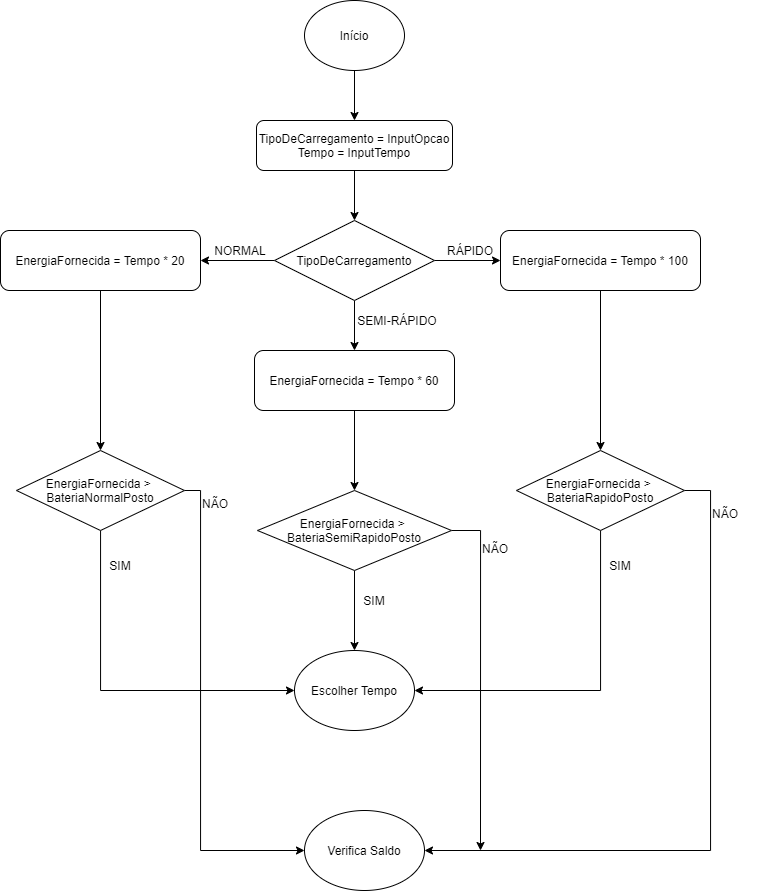
Earlier version of the draw.io export TempoDescarregaPosto.png (ProgRub/Proj2AC). Source tidied: cells renumbered, new cells last; positions are measured from the earlier drawing's top-left corner, leaving out a move shared by most shapes. Source of this version:
```xml
<mxGraphModel>
  <root>
    <mxCell id="0" />
    <mxCell id="1" parent="0" />
    <mxCell id="2" style="edgeStyle=orthogonalEdgeStyle;rounded=0;jettySize=auto;html=1;entryX=0.5;entryY=0;entryDx=0;entryDy=0;" parent="1" edge="1" source="3" target="5">
      <mxGeometry relative="1" as="geometry" />
    </mxCell>
    <mxCell id="3" value="Início" style="ellipse;whiteSpace=wrap;html=1;" parent="1" vertex="1">
      <mxGeometry x="304" width="100" height="70" as="geometry" />
    </mxCell>
    <mxCell id="4" style="edgeStyle=orthogonalEdgeStyle;rounded=0;jettySize=auto;html=1;entryX=0.5;entryY=0;entryDx=0;entryDy=0;" parent="1" edge="1" source="5" target="9">
      <mxGeometry relative="1" as="geometry" />
    </mxCell>
    <mxCell id="5" value="TipoDeCarregamento = InputOpcao&lt;br&gt;Tempo = InputTempo" style="rounded=1;whiteSpace=wrap;html=1;" parent="1" vertex="1">
      <mxGeometry x="256" y="120" width="196" height="50" as="geometry" />
    </mxCell>
    <mxCell id="6" style="edgeStyle=orthogonalEdgeStyle;rounded=0;jettySize=auto;html=1;entryX=0.5;entryY=0;entryDx=0;entryDy=0;" parent="1" edge="1" source="9" target="15">
      <mxGeometry relative="1" as="geometry" />
    </mxCell>
    <mxCell id="7" style="edgeStyle=orthogonalEdgeStyle;rounded=0;jettySize=auto;html=1;entryX=0;entryY=0.5;entryDx=0;entryDy=0;" parent="1" edge="1" source="9" target="13">
      <mxGeometry relative="1" as="geometry" />
    </mxCell>
    <mxCell id="8" style="edgeStyle=orthogonalEdgeStyle;rounded=0;jettySize=auto;html=1;entryX=1;entryY=0.5;entryDx=0;entryDy=0;" parent="1" edge="1" source="9" target="11">
      <mxGeometry relative="1" as="geometry" />
    </mxCell>
    <mxCell id="9" value="TipoDeCarregamento" style="rhombus;whiteSpace=wrap;html=1;" parent="1" vertex="1">
      <mxGeometry x="274" y="220" width="160" height="80" as="geometry" />
    </mxCell>
    <mxCell id="10" style="edgeStyle=orthogonalEdgeStyle;rounded=0;jettySize=auto;html=1;entryX=0.5;entryY=0;entryDx=0;entryDy=0;" parent="1" edge="1" source="11" target="21">
      <mxGeometry relative="1" as="geometry" />
    </mxCell>
    <mxCell id="11" value="EnergiaFornecida = Tempo * 20" style="rounded=1;whiteSpace=wrap;html=1;" parent="1" vertex="1">
      <mxGeometry y="230" width="200" height="60" as="geometry" />
    </mxCell>
    <mxCell id="12" style="edgeStyle=orthogonalEdgeStyle;rounded=0;jettySize=auto;html=1;entryX=0.5;entryY=0;entryDx=0;entryDy=0;" parent="1" edge="1" source="13" target="27">
      <mxGeometry relative="1" as="geometry" />
    </mxCell>
    <mxCell id="13" value="EnergiaFornecida = Tempo * 100" style="rounded=1;whiteSpace=wrap;html=1;" parent="1" vertex="1">
      <mxGeometry x="500" y="230" width="200" height="60" as="geometry" />
    </mxCell>
    <mxCell id="14" style="edgeStyle=orthogonalEdgeStyle;rounded=0;jettySize=auto;html=1;entryX=0.5;entryY=0;entryDx=0;entryDy=0;" parent="1" edge="1" source="15" target="24">
      <mxGeometry relative="1" as="geometry" />
    </mxCell>
    <mxCell id="15" value="EnergiaFornecida = Tempo * 60" style="rounded=1;whiteSpace=wrap;html=1;" parent="1" vertex="1">
      <mxGeometry x="254" y="350" width="200" height="60" as="geometry" />
    </mxCell>
    <mxCell id="16" value="NORMAL" style="text;html=1;strokeColor=none;fillColor=none;align=center;verticalAlign=middle;whiteSpace=wrap;rounded=0;" parent="1" vertex="1">
      <mxGeometry x="220" y="240" width="40" height="20" as="geometry" />
    </mxCell>
    <mxCell id="17" value="SEMI-RÁPIDO" style="text;html=1;strokeColor=none;fillColor=none;align=center;verticalAlign=middle;whiteSpace=wrap;rounded=0;" parent="1" vertex="1">
      <mxGeometry x="354" y="310" width="86" height="20" as="geometry" />
    </mxCell>
    <mxCell id="18" value="RÁPIDO" style="text;html=1;strokeColor=none;fillColor=none;align=center;verticalAlign=middle;whiteSpace=wrap;rounded=0;" parent="1" vertex="1">
      <mxGeometry x="450" y="240" width="40" height="20" as="geometry" />
    </mxCell>
    <mxCell id="19" style="edgeStyle=orthogonalEdgeStyle;rounded=0;jettySize=auto;html=1;entryX=0;entryY=0.5;entryDx=0;entryDy=0;" parent="1" edge="1" source="21" target="30">
      <mxGeometry relative="1" as="geometry">
        <Array as="points">
          <mxPoint x="100" y="690" />
        </Array>
      </mxGeometry>
    </mxCell>
    <mxCell id="20" style="edgeStyle=orthogonalEdgeStyle;rounded=0;jettySize=auto;html=1;entryX=0;entryY=0.5;entryDx=0;entryDy=0;" parent="1" edge="1" source="21" target="33">
      <mxGeometry relative="1" as="geometry">
        <Array as="points">
          <mxPoint x="200" y="490" />
          <mxPoint x="200" y="850" />
        </Array>
      </mxGeometry>
    </mxCell>
    <mxCell id="21" value="EnergiaFornecida &amp;gt; &lt;br&gt;BateriaNormalPosto" style="rhombus;whiteSpace=wrap;html=1;" parent="1" vertex="1">
      <mxGeometry x="16" y="450" width="168" height="80" as="geometry" />
    </mxCell>
    <mxCell id="22" style="edgeStyle=orthogonalEdgeStyle;rounded=0;jettySize=auto;html=1;entryX=0.5;entryY=0;entryDx=0;entryDy=0;" parent="1" edge="1" source="24" target="30">
      <mxGeometry relative="1" as="geometry" />
    </mxCell>
    <mxCell id="23" style="edgeStyle=orthogonalEdgeStyle;rounded=0;jettySize=auto;html=1;" parent="1" edge="1" source="24">
      <mxGeometry relative="1" as="geometry">
        <mxPoint x="480" y="850" as="targetPoint" />
      </mxGeometry>
    </mxCell>
    <mxCell id="24" value="EnergiaFornecida &amp;gt; &lt;br&gt;BateriaSemiRapidoPosto" style="rhombus;whiteSpace=wrap;html=1;" parent="1" vertex="1">
      <mxGeometry x="257" y="490" width="194" height="80" as="geometry" />
    </mxCell>
    <mxCell id="25" style="edgeStyle=orthogonalEdgeStyle;rounded=0;jettySize=auto;html=1;entryX=1;entryY=0.5;entryDx=0;entryDy=0;" parent="1" edge="1" source="27" target="30">
      <mxGeometry relative="1" as="geometry">
        <Array as="points">
          <mxPoint x="600" y="690" />
        </Array>
      </mxGeometry>
    </mxCell>
    <mxCell id="26" style="edgeStyle=orthogonalEdgeStyle;rounded=0;jettySize=auto;html=1;entryX=1;entryY=0.5;entryDx=0;entryDy=0;" parent="1" edge="1" source="27" target="33">
      <mxGeometry relative="1" as="geometry">
        <Array as="points">
          <mxPoint x="710" y="490" />
          <mxPoint x="710" y="850" />
        </Array>
      </mxGeometry>
    </mxCell>
    <mxCell id="27" value="EnergiaFornecida &amp;gt; &lt;br&gt;BateriaRapidoPosto" style="rhombus;whiteSpace=wrap;html=1;" parent="1" vertex="1">
      <mxGeometry x="516" y="450" width="168" height="80" as="geometry" />
    </mxCell>
    <mxCell id="28" value="SIM" style="text;html=1;strokeColor=none;fillColor=none;align=center;verticalAlign=middle;whiteSpace=wrap;rounded=0;" parent="1" vertex="1">
      <mxGeometry x="100" y="555" width="40" height="20" as="geometry" />
    </mxCell>
    <mxCell id="29" value="&lt;div&gt;NÃO&lt;/div&gt;" style="text;whiteSpace=wrap;html=1;" parent="1" vertex="1">
      <mxGeometry x="480" y="535" width="50" height="20" as="geometry" />
    </mxCell>
    <mxCell id="30" value="Escolher Tempo" style="ellipse;whiteSpace=wrap;html=1;" parent="1" vertex="1">
      <mxGeometry x="294" y="650" width="120" height="80" as="geometry" />
    </mxCell>
    <mxCell id="31" value="SIM" style="text;html=1;strokeColor=none;fillColor=none;align=center;verticalAlign=middle;whiteSpace=wrap;rounded=0;" parent="1" vertex="1">
      <mxGeometry x="354" y="590" width="40" height="20" as="geometry" />
    </mxCell>
    <mxCell id="32" value="SIM" style="text;html=1;strokeColor=none;fillColor=none;align=center;verticalAlign=middle;whiteSpace=wrap;rounded=0;" parent="1" vertex="1">
      <mxGeometry x="600" y="555" width="40" height="20" as="geometry" />
    </mxCell>
    <mxCell id="33" value="Verifica Saldo" style="ellipse;whiteSpace=wrap;html=1;" parent="1" vertex="1">
      <mxGeometry x="304" y="810" width="120" height="80" as="geometry" />
    </mxCell>
    <mxCell id="34" value="&lt;div&gt;NÃO&lt;/div&gt;" style="text;whiteSpace=wrap;html=1;" parent="1" vertex="1">
      <mxGeometry x="710" y="500" width="50" height="20" as="geometry" />
    </mxCell>
    <mxCell id="35" value="&lt;div&gt;NÃO&lt;/div&gt;" style="text;whiteSpace=wrap;html=1;" parent="1" vertex="1">
      <mxGeometry x="200" y="490" width="50" height="20" as="geometry" />
    </mxCell>
  </root>
</mxGraphModel>
```
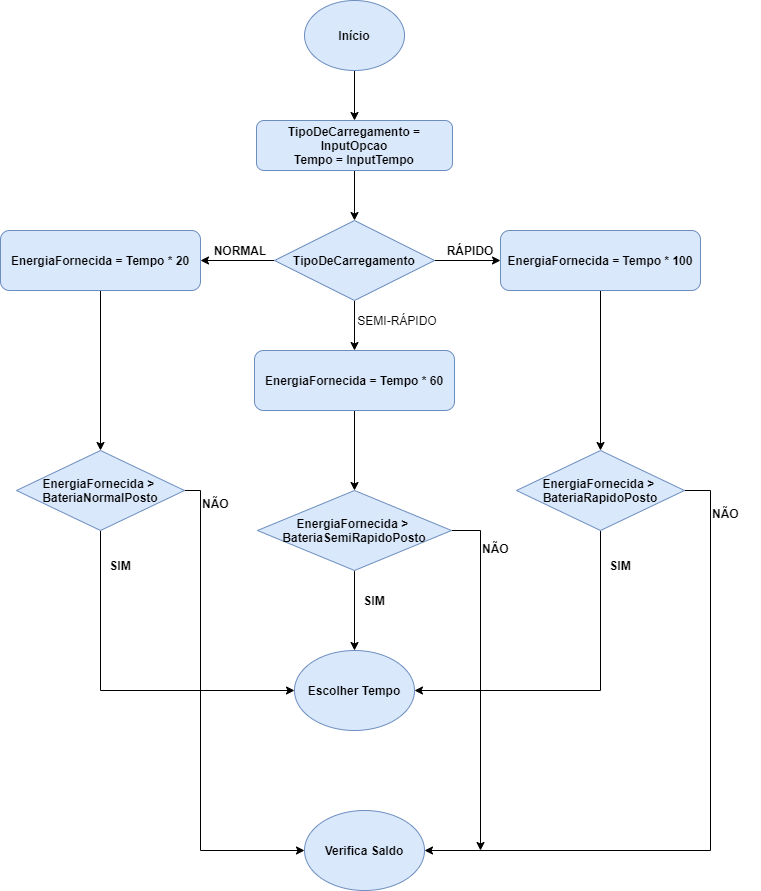
Above is the later version.

Diff of the diagram source:
```diff
@@ -5,13 +5,13 @@
     <mxCell id="2" style="edgeStyle=orthogonalEdgeStyle;rounded=0;jettySize=auto;html=1;entryX=0.5;entryY=0;entryDx=0;entryDy=0;" parent="1" edge="1" source="3" target="5">
       <mxGeometry relative="1" as="geometry" />
     </mxCell>
-    <mxCell id="3" value="Início" style="ellipse;whiteSpace=wrap;html=1;" parent="1" vertex="1">
+    <mxCell id="3" value="Início" style="ellipse;whiteSpace=wrap;html=1;fontStyle=1;fillColor=#dae8fc;strokeColor=#6c8ebf;" parent="1" vertex="1">
       <mxGeometry x="304" width="100" height="70" as="geometry" />
     </mxCell>
     <mxCell id="4" style="edgeStyle=orthogonalEdgeStyle;rounded=0;jettySize=auto;html=1;entryX=0.5;entryY=0;entryDx=0;entryDy=0;" parent="1" edge="1" source="5" target="9">
       <mxGeometry relative="1" as="geometry" />
     </mxCell>
-    <mxCell id="5" value="TipoDeCarregamento = InputOpcao&lt;br&gt;Tempo = InputTempo" style="rounded=1;whiteSpace=wrap;html=1;" parent="1" vertex="1">
+    <mxCell id="5" value="TipoDeCarregamento = InputOpcao&lt;br&gt;Tempo = InputTempo" style="rounded=1;whiteSpace=wrap;html=1;fontStyle=1;fillColor=#dae8fc;strokeColor=#6c8ebf;" parent="1" vertex="1">
       <mxGeometry x="256" y="120" width="196" height="50" as="geometry" />
     </mxCell>
     <mxCell id="6" style="edgeStyle=orthogonalEdgeStyle;rounded=0;jettySize=auto;html=1;entryX=0.5;entryY=0;entryDx=0;entryDy=0;" parent="1" edge="1" source="9" target="15">
@@ -23,34 +23,34 @@
     <mxCell id="8" style="edgeStyle=orthogonalEdgeStyle;rounded=0;jettySize=auto;html=1;entryX=1;entryY=0.5;entryDx=0;entryDy=0;" parent="1" edge="1" source="9" target="11">
       <mxGeometry relative="1" as="geometry" />
     </mxCell>
-    <mxCell id="9" value="TipoDeCarregamento" style="rhombus;whiteSpace=wrap;html=1;" parent="1" vertex="1">
+    <mxCell id="9" value="TipoDeCarregamento" style="rhombus;whiteSpace=wrap;html=1;fontStyle=1;fillColor=#dae8fc;strokeColor=#6c8ebf;" parent="1" vertex="1">
       <mxGeometry x="274" y="220" width="160" height="80" as="geometry" />
     </mxCell>
     <mxCell id="10" style="edgeStyle=orthogonalEdgeStyle;rounded=0;jettySize=auto;html=1;entryX=0.5;entryY=0;entryDx=0;entryDy=0;" parent="1" edge="1" source="11" target="21">
       <mxGeometry relative="1" as="geometry" />
     </mxCell>
-    <mxCell id="11" value="EnergiaFornecida = Tempo * 20" style="rounded=1;whiteSpace=wrap;html=1;" parent="1" vertex="1">
+    <mxCell id="11" value="EnergiaFornecida = Tempo * 20" style="rounded=1;whiteSpace=wrap;html=1;fontStyle=1;fillColor=#dae8fc;strokeColor=#6c8ebf;" parent="1" vertex="1">
       <mxGeometry y="230" width="200" height="60" as="geometry" />
     </mxCell>
     <mxCell id="12" style="edgeStyle=orthogonalEdgeStyle;rounded=0;jettySize=auto;html=1;entryX=0.5;entryY=0;entryDx=0;entryDy=0;" parent="1" edge="1" source="13" target="27">
       <mxGeometry relative="1" as="geometry" />
     </mxCell>
-    <mxCell id="13" value="EnergiaFornecida = Tempo * 100" style="rounded=1;whiteSpace=wrap;html=1;" parent="1" vertex="1">
+    <mxCell id="13" value="EnergiaFornecida = Tempo * 100" style="rounded=1;whiteSpace=wrap;html=1;fillColor=#dae8fc;strokeColor=#6c8ebf;fontStyle=1;" parent="1" vertex="1">
       <mxGeometry x="500" y="230" width="200" height="60" as="geometry" />
     </mxCell>
     <mxCell id="14" style="edgeStyle=orthogonalEdgeStyle;rounded=0;jettySize=auto;html=1;entryX=0.5;entryY=0;entryDx=0;entryDy=0;" parent="1" edge="1" source="15" target="24">
       <mxGeometry relative="1" as="geometry" />
     </mxCell>
-    <mxCell id="15" value="EnergiaFornecida = Tempo * 60" style="rounded=1;whiteSpace=wrap;html=1;" parent="1" vertex="1">
+    <mxCell id="15" value="EnergiaFornecida = Tempo * 60" style="rounded=1;whiteSpace=wrap;html=1;fontStyle=1;fillColor=#dae8fc;strokeColor=#6c8ebf;" parent="1" vertex="1">
       <mxGeometry x="254" y="350" width="200" height="60" as="geometry" />
     </mxCell>
-    <mxCell id="16" value="NORMAL" style="text;html=1;strokeColor=none;fillColor=none;align=center;verticalAlign=middle;whiteSpace=wrap;rounded=0;" parent="1" vertex="1">
+    <mxCell id="16" value="NORMAL" style="text;html=1;strokeColor=none;fillColor=none;align=center;verticalAlign=middle;whiteSpace=wrap;rounded=0;fontStyle=1;" parent="1" vertex="1">
       <mxGeometry x="220" y="240" width="40" height="20" as="geometry" />
     </mxCell>
     <mxCell id="17" value="SEMI-RÁPIDO" style="text;html=1;strokeColor=none;fillColor=none;align=center;verticalAlign=middle;whiteSpace=wrap;rounded=0;" parent="1" vertex="1">
       <mxGeometry x="354" y="310" width="86" height="20" as="geometry" />
     </mxCell>
-    <mxCell id="18" value="RÁPIDO" style="text;html=1;strokeColor=none;fillColor=none;align=center;verticalAlign=middle;whiteSpace=wrap;rounded=0;" parent="1" vertex="1">
+    <mxCell id="18" value="RÁPIDO" style="text;html=1;strokeColor=none;fillColor=none;align=center;verticalAlign=middle;whiteSpace=wrap;rounded=0;fontStyle=1;" parent="1" vertex="1">
       <mxGeometry x="450" y="240" width="40" height="20" as="geometry" />
     </mxCell>
     <mxCell id="19" style="edgeStyle=orthogonalEdgeStyle;rounded=0;jettySize=auto;html=1;entryX=0;entryY=0.5;entryDx=0;entryDy=0;" parent="1" edge="1" source="21" target="30">
@@ -68,7 +68,7 @@
         </Array>
       </mxGeometry>
     </mxCell>
-    <mxCell id="21" value="EnergiaFornecida &amp;gt; &lt;br&gt;BateriaNormalPosto" style="rhombus;whiteSpace=wrap;html=1;" parent="1" vertex="1">
+    <mxCell id="21" value="EnergiaFornecida &amp;gt; &lt;br&gt;BateriaNormalPosto" style="rhombus;whiteSpace=wrap;html=1;fontStyle=1;fillColor=#dae8fc;strokeColor=#6c8ebf;" parent="1" vertex="1">
       <mxGeometry x="16" y="450" width="168" height="80" as="geometry" />
     </mxCell>
     <mxCell id="22" style="edgeStyle=orthogonalEdgeStyle;rounded=0;jettySize=auto;html=1;entryX=0.5;entryY=0;entryDx=0;entryDy=0;" parent="1" edge="1" source="24" target="30">
@@ -79,7 +79,7 @@
         <mxPoint x="480" y="850" as="targetPoint" />
       </mxGeometry>
     </mxCell>
-    <mxCell id="24" value="EnergiaFornecida &amp;gt; &lt;br&gt;BateriaSemiRapidoPosto" style="rhombus;whiteSpace=wrap;html=1;" parent="1" vertex="1">
+    <mxCell id="24" value="EnergiaFornecida &amp;gt; &lt;br&gt;BateriaSemiRapidoPosto" style="rhombus;whiteSpace=wrap;html=1;fontStyle=1;fillColor=#dae8fc;strokeColor=#6c8ebf;" parent="1" vertex="1">
       <mxGeometry x="257" y="490" width="194" height="80" as="geometry" />
     </mxCell>
     <mxCell id="25" style="edgeStyle=orthogonalEdgeStyle;rounded=0;jettySize=auto;html=1;entryX=1;entryY=0.5;entryDx=0;entryDy=0;" parent="1" edge="1" source="27" target="30">
@@ -97,31 +97,31 @@
         </Array>
       </mxGeometry>
     </mxCell>
-    <mxCell id="27" value="EnergiaFornecida &amp;gt; &lt;br&gt;BateriaRapidoPosto" style="rhombus;whiteSpace=wrap;html=1;" parent="1" vertex="1">
+    <mxCell id="27" value="EnergiaFornecida &amp;gt; &lt;br&gt;BateriaRapidoPosto" style="rhombus;whiteSpace=wrap;html=1;fontStyle=1;fillColor=#dae8fc;strokeColor=#6c8ebf;" parent="1" vertex="1">
       <mxGeometry x="516" y="450" width="168" height="80" as="geometry" />
     </mxCell>
-    <mxCell id="28" value="SIM" style="text;html=1;strokeColor=none;fillColor=none;align=center;verticalAlign=middle;whiteSpace=wrap;rounded=0;" parent="1" vertex="1">
+    <mxCell id="28" value="SIM" style="text;html=1;strokeColor=none;fillColor=none;align=center;verticalAlign=middle;whiteSpace=wrap;rounded=0;fontStyle=1;" parent="1" vertex="1">
       <mxGeometry x="100" y="555" width="40" height="20" as="geometry" />
     </mxCell>
-    <mxCell id="29" value="&lt;div&gt;NÃO&lt;/div&gt;" style="text;whiteSpace=wrap;html=1;" parent="1" vertex="1">
+    <mxCell id="29" value="&lt;div&gt;NÃO&lt;/div&gt;" style="text;whiteSpace=wrap;html=1;fontStyle=1;" parent="1" vertex="1">
       <mxGeometry x="480" y="535" width="50" height="20" as="geometry" />
     </mxCell>
-    <mxCell id="30" value="Escolher Tempo" style="ellipse;whiteSpace=wrap;html=1;" parent="1" vertex="1">
+    <mxCell id="30" value="Escolher Tempo" style="ellipse;whiteSpace=wrap;html=1;fontStyle=1;fillColor=#dae8fc;strokeColor=#6c8ebf;" parent="1" vertex="1">
       <mxGeometry x="294" y="650" width="120" height="80" as="geometry" />
     </mxCell>
-    <mxCell id="31" value="SIM" style="text;html=1;strokeColor=none;fillColor=none;align=center;verticalAlign=middle;whiteSpace=wrap;rounded=0;" parent="1" vertex="1">
+    <mxCell id="31" value="SIM" style="text;html=1;strokeColor=none;fillColor=none;align=center;verticalAlign=middle;whiteSpace=wrap;rounded=0;fontStyle=1;" parent="1" vertex="1">
       <mxGeometry x="354" y="590" width="40" height="20" as="geometry" />
     </mxCell>
-    <mxCell id="32" value="SIM" style="text;html=1;strokeColor=none;fillColor=none;align=center;verticalAlign=middle;whiteSpace=wrap;rounded=0;" parent="1" vertex="1">
+    <mxCell id="32" value="SIM" style="text;html=1;strokeColor=none;fillColor=none;align=center;verticalAlign=middle;whiteSpace=wrap;rounded=0;fontStyle=1;" parent="1" vertex="1">
       <mxGeometry x="600" y="555" width="40" height="20" as="geometry" />
     </mxCell>
-    <mxCell id="33" value="Verifica Saldo" style="ellipse;whiteSpace=wrap;html=1;" parent="1" vertex="1">
+    <mxCell id="33" value="Verifica Saldo" style="ellipse;whiteSpace=wrap;html=1;fontStyle=1;fillColor=#dae8fc;strokeColor=#6c8ebf;" parent="1" vertex="1">
       <mxGeometry x="304" y="810" width="120" height="80" as="geometry" />
     </mxCell>
-    <mxCell id="34" value="&lt;div&gt;NÃO&lt;/div&gt;" style="text;whiteSpace=wrap;html=1;" parent="1" vertex="1">
+    <mxCell id="34" value="&lt;div&gt;NÃO&lt;/div&gt;" style="text;whiteSpace=wrap;html=1;fontStyle=1;" parent="1" vertex="1">
       <mxGeometry x="710" y="500" width="50" height="20" as="geometry" />
     </mxCell>
-    <mxCell id="35" value="&lt;div&gt;NÃO&lt;/div&gt;" style="text;whiteSpace=wrap;html=1;" parent="1" vertex="1">
+    <mxCell id="35" value="&lt;div&gt;NÃO&lt;/div&gt;" style="text;whiteSpace=wrap;html=1;fontStyle=1;" parent="1" vertex="1">
       <mxGeometry x="200" y="490" width="50" height="20" as="geometry" />
     </mxCell>
   </root>
```
